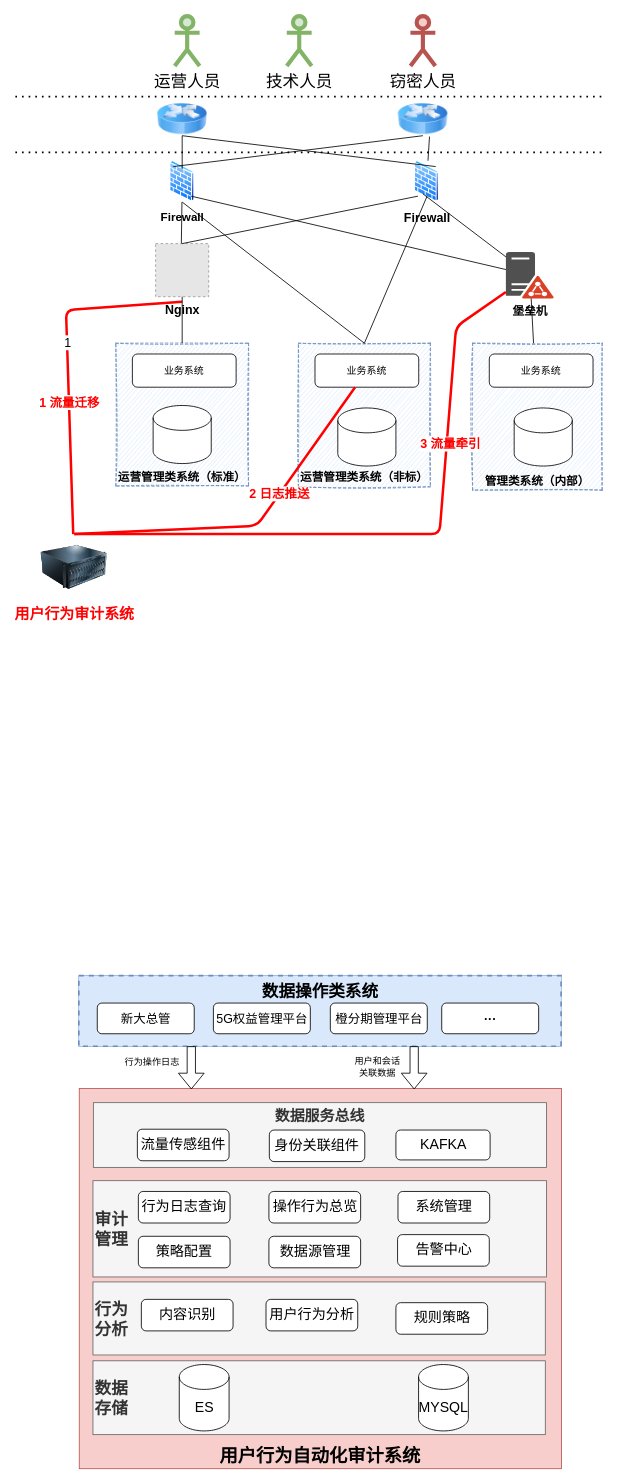
Above: 行为操作审计技术方案.drawio in liujianqun/draw (draw.io), before the change. Source tidied: cells renumbered, new cells numbered last; positions are measured from the earlier drawing's top-left corner, leaving out a move shared by most shapes. Both pictures are drawn from the tidied source at 83%, with x=0, y=0 at pixel (15, 16). Pictures stored in the file or linked from it are replaced by grey dashed boxes.
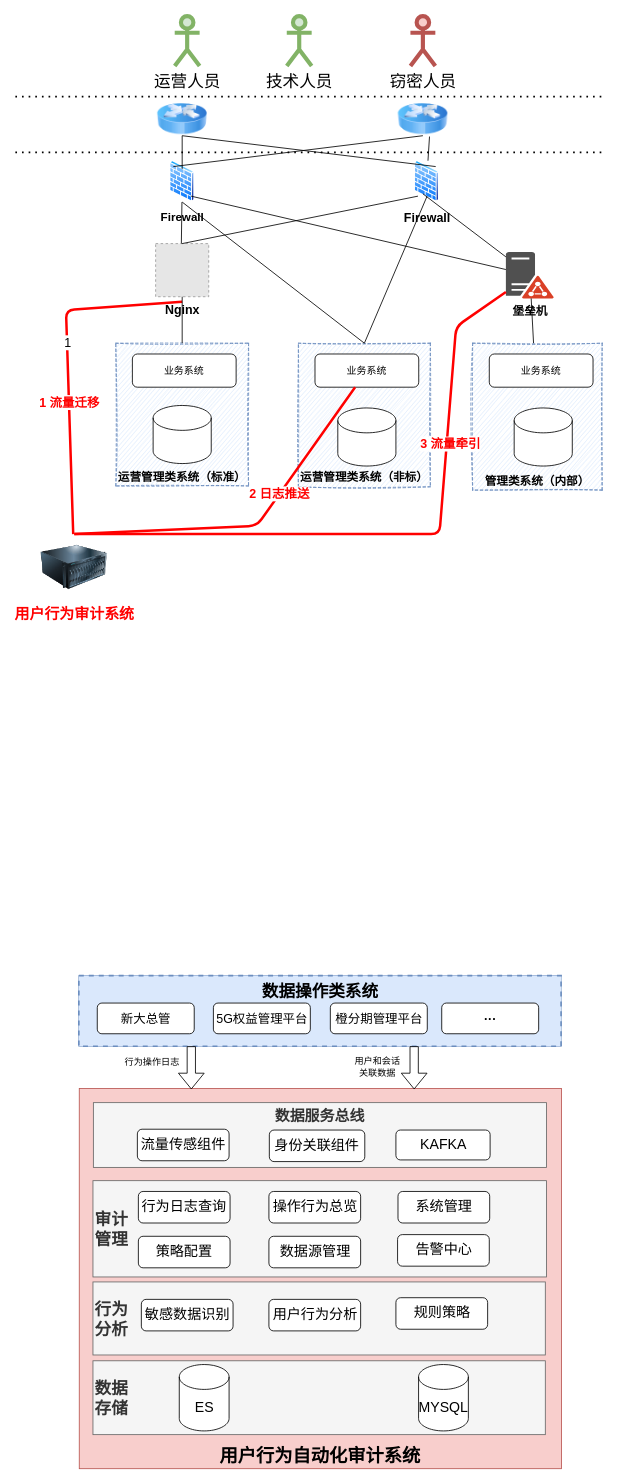
After the change.

Commit message:
Update 行为操作审计技术方案.drawio

The edit, as a diff of the source:
```diff
@@
     <mxCell id="51" value="用户行为分析" style="rounded=1;whiteSpace=wrap;html=1;fontSize=17;strokeWidth=1;align=center;verticalAlign=middle;" parent="1" vertex="1">
-      <mxGeometry x="302" y="1546" width="110.5" height="38" as="geometry" />
+      <mxGeometry x="305.5" y="1546" width="110.5" height="38" as="geometry" />
     </mxCell>
-    <mxCell id="52" value="内容识别" style="rounded=1;whiteSpace=wrap;html=1;fontSize=17;strokeWidth=1;align=center;verticalAlign=middle;" parent="1" vertex="1">
+    <mxCell id="52" value="敏感数据识别" style="rounded=1;whiteSpace=wrap;html=1;fontSize=17;strokeWidth=1;align=center;verticalAlign=middle;" parent="1" vertex="1">
       <mxGeometry x="151.8" y="1546" width="110.5" height="38" as="geometry" />
     </mxCell>
@@
     <mxCell id="60" value="规则策略" style="rounded=1;whiteSpace=wrap;html=1;fontSize=17;strokeWidth=1;align=center;verticalAlign=middle;" parent="1" vertex="1">
-      <mxGeometry x="458.5" y="1550" width="110.5" height="38" as="geometry" />
+      <mxGeometry x="458.5" y="1544" width="110.5" height="38" as="geometry" />
     </mxCell>
```
